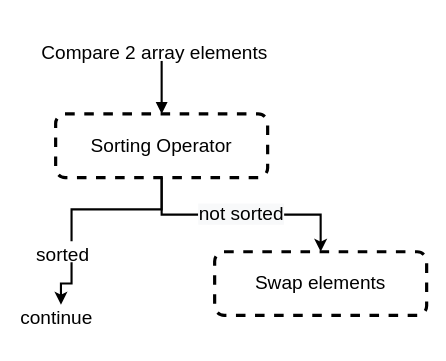
Earlier version of the draw.io diagram page "sortingAlg" (7 of 7) of docs/imgs/draw.io.2.drawio (tejaswigowda/book.programmingthecloud.com). Source tidied: cells renumbered, new cells numbered last; positions are measured from the earlier drawing's top-left corner, leaving out a move shared by most shapes. Both pictures are drawn from the tidied source at 106%, with x=0, y=0 at pixel (18, 39).
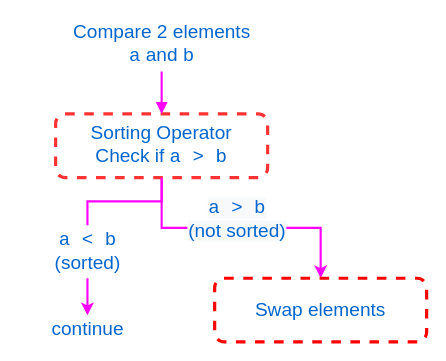
Above is the later version.

What changed in the source:
```diff
@@
 <mxGraphModel>
   <root>
     <mxCell id="0" />
     <mxCell id="1" parent="0" />
-    <mxCell id="2" value="&lt;span style=&quot;text-align: left ; background-color: rgb(248 , 249 , 250)&quot;&gt;not sorted&lt;/span&gt;" style="edgeStyle=orthogonalEdgeStyle;rounded=0;jettySize=auto;html=1;exitX=0.5;exitY=1;exitDx=0;exitDy=0;strokeWidth=2;fontSize=18;" parent="1" edge="1" source="3" target="4">
-      <mxGeometry relative="1" as="geometry" />
+    <mxCell id="2" value="&lt;span style=&quot;font-family: &amp;quot;courier new&amp;quot; ; white-space: normal ; background-color: rgb(248 , 249 , 250)&quot;&gt;a &amp;gt;&amp;nbsp;&lt;/span&gt;&lt;span style=&quot;font-family: &amp;quot;courier new&amp;quot; ; white-space: normal ; background-color: rgb(248 , 249 , 250)&quot;&gt;b&lt;/span&gt;&lt;span style=&quot;text-align: left ; background-color: rgb(248 , 249 , 250)&quot;&gt;&lt;br&gt;(not sorted)&lt;/span&gt;" style="edgeStyle=orthogonalEdgeStyle;rounded=0;jettySize=auto;html=1;exitX=0.5;exitY=1;exitDx=0;exitDy=0;strokeWidth=2;fontSize=18;fillColor=none;fontColor=#0066CC;strokeColor=#FF00FF;" parent="1" edge="1" source="3" target="4">
+      <mxGeometry x="-0.04" y="8" relative="1" as="geometry" />
     </mxCell>
-    <mxCell id="3" value="Sorting Operator" style="rounded=1;whiteSpace=wrap;html=1;dashed=1;strokeWidth=3;fillColor=none;fontSize=18;" parent="1" vertex="1">
+    <mxCell id="3" value="Sorting Operator&lt;br&gt;Check if &lt;font face=&quot;Courier New&quot;&gt;a &amp;gt; b&lt;/font&gt;" style="rounded=1;whiteSpace=wrap;html=1;dashed=1;strokeWidth=3;fillColor=none;fontSize=18;fontColor=#0066CC;strokeColor=#FF3333;" parent="1" vertex="1">
       <mxGeometry x="35" y="70" width="200" height="60" as="geometry" />
     </mxCell>
-    <mxCell id="4" value="Swap elements" style="rounded=1;whiteSpace=wrap;html=1;dashed=1;strokeWidth=3;fillColor=none;fontSize=18;" parent="1" vertex="1">
-      <mxGeometry x="185" y="200" width="200" height="60" as="geometry" />
+    <mxCell id="4" value="Swap elements" style="rounded=1;whiteSpace=wrap;html=1;dashed=1;strokeWidth=3;fillColor=none;fontSize=18;fontColor=#0066CC;strokeColor=#FF0000;" parent="1" vertex="1">
+      <mxGeometry x="185" y="225" width="200" height="60" as="geometry" />
     </mxCell>
-    <mxCell id="5" value="continue" style="text;html=1;points=[];align=left;verticalAlign=top;spacingTop=-4;fontSize=18;" parent="1" vertex="1">
-      <mxGeometry y="250" width="80" height="20" as="geometry" />
+    <mxCell id="5" value="continue" style="text;html=1;points=[];align=center;verticalAlign=top;spacingTop=-4;fontSize=18;fontColor=#0066CC;" parent="1" vertex="1">
+      <mxGeometry x="25" y="260" width="80" height="20" as="geometry" />
     </mxCell>
-    <mxCell id="6" style="edgeStyle=orthogonalEdgeStyle;rounded=0;jettySize=auto;html=1;exitX=0.5;exitY=1;exitDx=0;exitDy=0;strokeWidth=2;fontSize=18;" parent="1" edge="1" source="7" target="5">
+    <mxCell id="6" style="edgeStyle=orthogonalEdgeStyle;rounded=0;jettySize=auto;html=1;exitX=0.5;exitY=1;exitDx=0;exitDy=0;strokeWidth=2;fontSize=18;fontColor=#0066CC;fillColor=#ffcc99;strokeColor=#FF00FF;" parent="1" edge="1" source="7" target="5">
       <mxGeometry relative="1" as="geometry" />
     </mxCell>
-    <mxCell id="7" value="sorted" style="text;html=1;points=[];align=left;verticalAlign=top;spacingTop=-4;fontSize=18;" parent="1" vertex="1">
-      <mxGeometry x="15" y="190" width="70" height="20" as="geometry" />
+    <mxCell id="7" value="&lt;span style=&quot;font-family: &amp;quot;courier new&amp;quot;; white-space: normal;&quot;&gt;a &amp;lt;&amp;nbsp;&lt;/span&gt;&lt;span style=&quot;font-family: &amp;quot;courier new&amp;quot;; white-space: normal;&quot;&gt;b&lt;br&gt;&lt;/span&gt;(sorted)" style="text;html=1;points=[];align=center;verticalAlign=top;spacingTop=-4;fontSize=18;fontColor=#0066CC;" parent="1" vertex="1">
+      <mxGeometry x="25" y="175" width="80" height="50" as="geometry" />
     </mxCell>
-    <mxCell id="8" style="edgeStyle=orthogonalEdgeStyle;rounded=0;jettySize=auto;html=1;exitX=0.5;exitY=1;exitDx=0;exitDy=0;strokeWidth=2;fontSize=18;endArrow=none;endFill=0;" parent="1" edge="1" source="3" target="7">
+    <mxCell id="8" style="edgeStyle=orthogonalEdgeStyle;rounded=0;jettySize=auto;html=1;exitX=0.5;exitY=1;exitDx=0;exitDy=0;strokeWidth=2;fontSize=18;endArrow=none;endFill=0;fontColor=#0066CC;strokeColor=#FF00FF;" parent="1" edge="1" source="3" target="7">
       <mxGeometry relative="1" as="geometry" />
     </mxCell>
-    <mxCell id="9" style="edgeStyle=orthogonalEdgeStyle;rounded=0;jettySize=auto;html=1;entryX=0.5;entryY=0;entryDx=0;entryDy=0;endArrow=block;endFill=1;strokeWidth=2;fontSize=18;" parent="1" edge="1" source="10" target="3">
+    <mxCell id="9" style="edgeStyle=orthogonalEdgeStyle;rounded=0;jettySize=auto;html=1;entryX=0.5;entryY=0;entryDx=0;entryDy=0;endArrow=block;endFill=1;strokeWidth=2;fontSize=18;fontColor=#0066CC;strokeColor=#FF00FF;" parent="1" edge="1" source="10" target="3">
       <mxGeometry relative="1" as="geometry" />
     </mxCell>
-    <mxCell id="10" value="Compare 2 array elements" style="text;html=1;points=[];align=left;verticalAlign=top;spacingTop=-4;fontSize=18;" parent="1" vertex="1">
-      <mxGeometry x="20" width="230" height="20" as="geometry" />
+    <mxCell id="10" value="Compare 2 elements&lt;br&gt;&lt;font face=&quot;Courier New&quot;&gt;a&lt;/font&gt; and &lt;font face=&quot;Courier New&quot;&gt;b&lt;/font&gt;" style="text;html=1;points=[];align=center;verticalAlign=top;spacingTop=-4;fontSize=18;fontColor=#0066CC;" parent="1" vertex="1">
+      <mxGeometry x="45" y="-20" width="180" height="50" as="geometry" />
     </mxCell>
   </root>
 </mxGraphModel>
```
